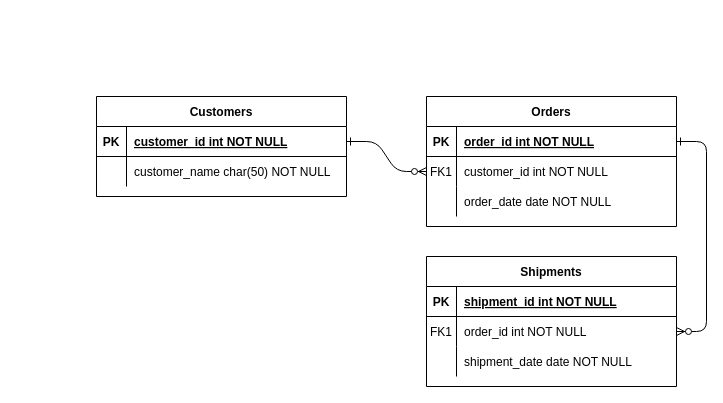
OrifInformatique/helpdesk keeps this draw.io diagram as Untitled Diagram.drawio. Above is the earlier version. Source tidied: cells renumbered, new cells numbered last; positions are measured from the earlier drawing's top-left corner, leaving out a move shared by most shapes. Both pictures are drawn from the tidied source at 100%, with x=0, y=0 at pixel (96, 96).
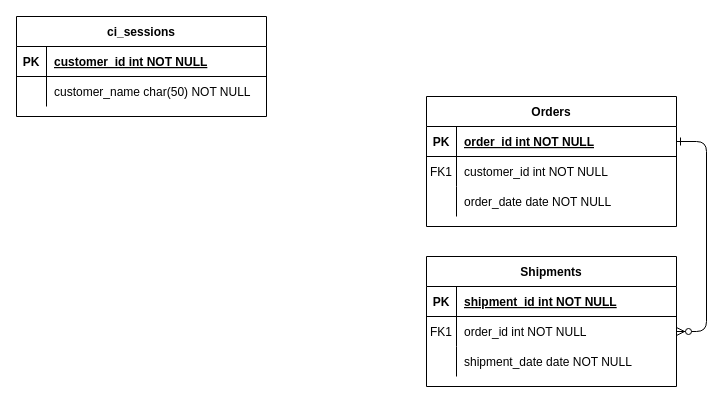
The same diagram, later.

Commit message:
Update database diagram

Unchanged cells that the change refers to:
```xml
<mxCell id="8" style="shape=partialRectangle;fillColor=none;points=[[0,0.5],[1,0.5]];portConstraint=eastwest;top=0;left=0;right=0;bottom=0;" parent="4" vertex="1">
  <mxGeometry y="60" width="250" height="30" as="geometry" />
</mxCell>
<mxCell id="25" style="shape=partialRectangle;fillColor=none;points=[[0,0.5],[1,0.5]];portConstraint=eastwest;top=0;left=0;right=0;bottom=1;" parent="24" vertex="1">
  <mxGeometry y="30" width="250" height="30" as="geometry" />
</mxCell>
```

Change to the diagram source:
```diff
@@
-    <mxCell id="2" style="edgeStyle=entityRelationEdgeStyle;endArrow=ERzeroToMany;startArrow=ERone;endFill=1;startFill=0;" parent="1" edge="1" source="25" target="8">
-      <mxGeometry relative="1" as="geometry" />
-    </mxCell>
@@
-    <mxCell id="24" value="Customers" style="shape=table;startSize=30;childLayout=tableLayout;rowLines=0;fontStyle=1;align=center;" parent="1" vertex="1">
-      <mxGeometry width="250" height="100" as="geometry" />
+    <mxCell id="24" value="ci_sessions" style="shape=table;startSize=30;childLayout=tableLayout;rowLines=0;fontStyle=1;align=center;" parent="1" vertex="1">
+      <mxGeometry x="-80" y="-80" width="250" height="100" as="geometry" />
     </mxCell>
```
